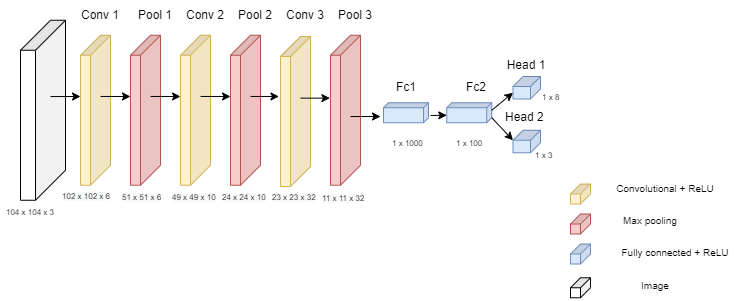
The draw.io diagram 3 layer Conv Multitask (Age + Gender Classifier).png in akmeraki/Neural-Network-Architecure-Diagrams, before a commit. Source tidied: cells renumbered, new cells last; positions are measured from the earlier drawing's top-left corner, leaving out a move shared by most shapes.
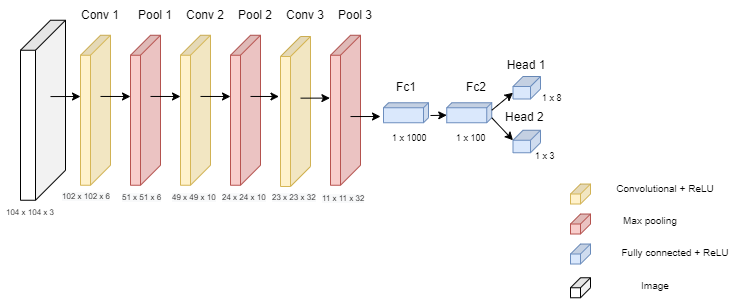
The same diagram one commit later.

Commit message:
increase size of text in fc blcok

Diff of the diagram source:
```diff
@@ -152,16 +152,16 @@
         <mxPoint x="380" y="116" as="targetPoint" />
       </mxGeometry>
     </mxCell>
-    <mxCell id="48" value="&lt;div style=&quot;text-align: center&quot;&gt;&lt;span&gt;&lt;font face=&quot;helvetica&quot;&gt;1 x 1000&lt;/font&gt;&lt;/span&gt;&lt;/div&gt;" style="text;whiteSpace=wrap;html=1;fontSize=8;" parent="1" vertex="1">
-      <mxGeometry x="390" y="132.2" width="37" height="30" as="geometry" />
+    <mxCell id="48" value="&lt;div style=&quot;text-align: center&quot;&gt;&lt;span&gt;&lt;font face=&quot;helvetica&quot; style=&quot;font-size: 9px&quot;&gt;1 x 1000&lt;/font&gt;&lt;/span&gt;&lt;/div&gt;" style="text;whiteSpace=wrap;html=1;fontSize=8;" parent="1" vertex="1">
+      <mxGeometry x="390" y="126" width="38" height="30" as="geometry" />
     </mxCell>
-    <mxCell id="49" value="&lt;div style=&quot;text-align: center&quot;&gt;&lt;span&gt;&lt;font face=&quot;helvetica&quot;&gt;1 x 100&lt;/font&gt;&lt;/span&gt;&lt;/div&gt;" style="text;whiteSpace=wrap;html=1;fontSize=8;" parent="1" vertex="1">
-      <mxGeometry x="454.2" y="132.2" width="37" height="30" as="geometry" />
+    <mxCell id="49" value="&lt;div style=&quot;text-align: center&quot;&gt;&lt;span&gt;&lt;font face=&quot;helvetica&quot; style=&quot;font-size: 9px&quot;&gt;1 x 100&lt;/font&gt;&lt;/span&gt;&lt;/div&gt;" style="text;whiteSpace=wrap;html=1;fontSize=8;" parent="1" vertex="1">
+      <mxGeometry x="454.2" y="126" width="37" height="30" as="geometry" />
     </mxCell>
-    <mxCell id="50" value="&lt;div style=&quot;text-align: center&quot;&gt;&lt;span&gt;&lt;font face=&quot;helvetica&quot;&gt;1 x 8&lt;/font&gt;&lt;/span&gt;&lt;/div&gt;" style="text;whiteSpace=wrap;html=1;fontSize=8;" parent="1" vertex="1">
+    <mxCell id="50" value="&lt;div style=&quot;text-align: center&quot;&gt;&lt;span&gt;&lt;font face=&quot;helvetica&quot; style=&quot;font-size: 9px&quot;&gt;1 x 8&lt;/font&gt;&lt;/span&gt;&lt;/div&gt;" style="text;whiteSpace=wrap;html=1;fontSize=8;" parent="1" vertex="1">
       <mxGeometry x="540" y="86" width="37" height="30" as="geometry" />
     </mxCell>
-    <mxCell id="51" value="&lt;div style=&quot;text-align: center&quot;&gt;&lt;span&gt;&lt;font face=&quot;helvetica&quot;&gt;1 x 3&lt;/font&gt;&lt;/span&gt;&lt;/div&gt;" style="text;whiteSpace=wrap;html=1;fontSize=8;" parent="1" vertex="1">
+    <mxCell id="51" value="&lt;div style=&quot;text-align: center&quot;&gt;&lt;span&gt;&lt;font face=&quot;helvetica&quot; style=&quot;font-size: 9px&quot;&gt;1 x 3&lt;/font&gt;&lt;/span&gt;&lt;/div&gt;" style="text;whiteSpace=wrap;html=1;fontSize=8;" parent="1" vertex="1">
       <mxGeometry x="533" y="144.1" width="37" height="30" as="geometry" />
     </mxCell>
   </root>
```
